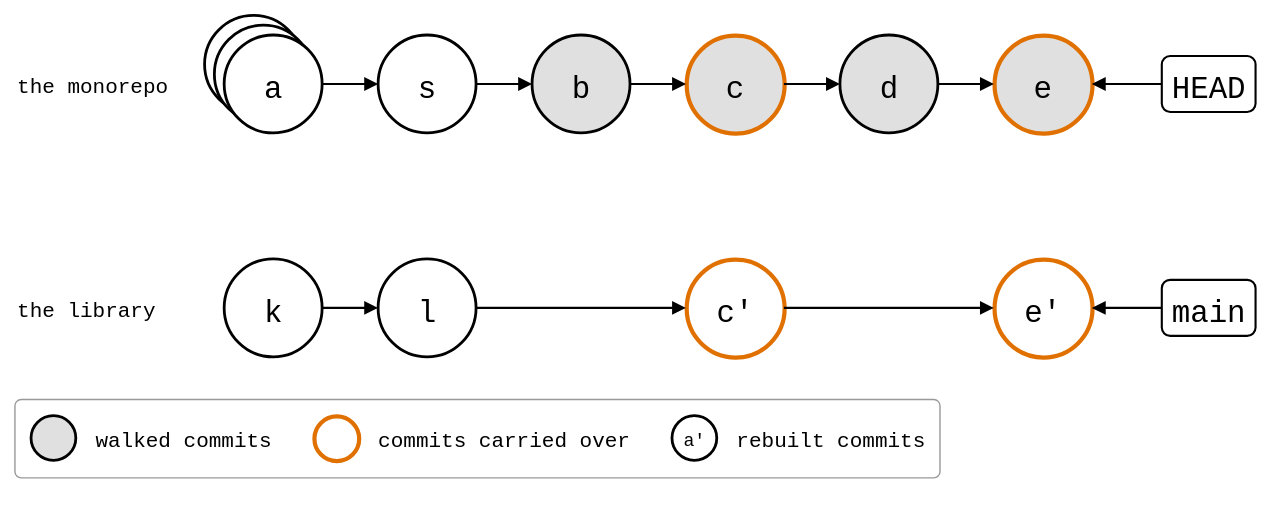
roschaefer/git-splice keeps this draw.io diagram as docs/05-comparisons/git-subtree-splice.drawio.svg. Above is the earlier version. Source tidied: cells renumbered, new cells last; positions are measured from the earlier drawing's top-left corner, leaving out a move shared by most shapes. Its diagram source:
```xml
<mxGraphModel background="#ffffff">
  <root>
    <mxCell id="0" />
    <mxCell id="1" parent="0" />
    <mxCell id="2" value="the monorepo" style="text;strokeColor=none;fillColor=none;align=left;verticalAlign=middle;fontSize=15;fontFamily=Roboto Mono,monospace;" parent="1" vertex="1">
      <mxGeometry y="34" width="130" height="30" as="geometry" />
    </mxCell>
    <mxCell id="3" value="the library" style="text;strokeColor=none;fillColor=none;align=left;verticalAlign=middle;fontSize=15;fontFamily=Roboto Mono,monospace;" parent="1" vertex="1">
      <mxGeometry y="194" width="130" height="30" as="geometry" />
    </mxCell>
    <mxCell id="4" style="shape=ellipse;strokeWidth=2;fontSize=22;fontFamily=Roboto Mono,monospace;" parent="1" vertex="1">
      <mxGeometry x="136" width="70" height="70" as="geometry" />
    </mxCell>
    <mxCell id="5" style="shape=ellipse;strokeWidth=2;fontSize=22;fontFamily=Roboto Mono,monospace;" parent="1" vertex="1">
      <mxGeometry x="143" y="7" width="70" height="70" as="geometry" />
    </mxCell>
    <mxCell id="6" value="a" style="ellipse;strokeWidth=2;fontSize=22;fontFamily=Roboto Mono,monospace;" parent="1" vertex="1">
      <mxGeometry x="150" y="14" width="70" height="70" as="geometry" />
    </mxCell>
    <mxCell id="7" value="s" style="ellipse;strokeWidth=2;fontSize=22;fontFamily=Roboto Mono,monospace;" parent="1" vertex="1">
      <mxGeometry x="260" y="14" width="70" height="70" as="geometry" />
    </mxCell>
    <mxCell id="8" value="b" style="ellipse;fontSize=22;fontFamily=Roboto Mono,monospace;strokeWidth=2;fillColor=#E0E0E0;" parent="1" vertex="1">
      <mxGeometry x="370" y="14" width="70" height="70" as="geometry" />
    </mxCell>
    <mxCell id="9" value="c" style="ellipse;fontSize=22;fontFamily=Roboto Mono,monospace;fillColor=#E0E0E0;strokeColor=#E07000;strokeWidth=3;" parent="1" vertex="1">
      <mxGeometry x="480" y="14" width="70" height="70" as="geometry" />
    </mxCell>
    <mxCell id="10" value="d" style="ellipse;fontSize=22;fontFamily=Roboto Mono,monospace;strokeWidth=2;fillColor=#E0E0E0;" parent="1" vertex="1">
      <mxGeometry x="590" y="14" width="70" height="70" as="geometry" />
    </mxCell>
    <mxCell id="11" value="e" style="ellipse;fontSize=22;fontFamily=Roboto Mono,monospace;fillColor=#E0E0E0;strokeColor=#E07000;strokeWidth=3;" parent="1" vertex="1">
      <mxGeometry x="700" y="14" width="70" height="70" as="geometry" />
    </mxCell>
    <mxCell id="12" value="k" style="ellipse;strokeWidth=2;fontSize=22;fontFamily=Roboto Mono,monospace;" parent="1" vertex="1">
      <mxGeometry x="150" y="174" width="70" height="70" as="geometry" />
    </mxCell>
    <mxCell id="13" value="l" style="ellipse;strokeWidth=2;fontSize=22;fontFamily=Roboto Mono,monospace;" parent="1" vertex="1">
      <mxGeometry x="260" y="174" width="70" height="70" as="geometry" />
    </mxCell>
    <mxCell id="14" value="c'" style="ellipse;fontSize=22;fontFamily=Roboto Mono,monospace;strokeColor=#E07000;strokeWidth=3;" parent="1" vertex="1">
      <mxGeometry x="480" y="174" width="70" height="70" as="geometry" />
    </mxCell>
    <mxCell id="15" value="e'" style="ellipse;fontSize=22;fontFamily=Roboto Mono,monospace;strokeColor=#E07000;strokeWidth=3;" parent="1" vertex="1">
      <mxGeometry x="700" y="174" width="70" height="70" as="geometry" />
    </mxCell>
    <mxCell id="16" value="HEAD" style="rounded=1;strokeWidth=1.5;fontSize=22;fontFamily=Roboto Mono,monospace;" parent="1" vertex="1">
      <mxGeometry x="820" y="29" width="67" height="40" as="geometry" />
    </mxCell>
    <mxCell id="17" style="endArrow=block;endFill=1;html=1;strokeWidth=1.5;rounded=0;" parent="1" edge="1" source="16" target="11">
      <mxGeometry relative="1" as="geometry" />
    </mxCell>
    <mxCell id="18" value="main" style="rounded=1;strokeWidth=1.5;fontSize=22;fontFamily=Roboto Mono,monospace;" parent="1" vertex="1">
      <mxGeometry x="820" y="189" width="67" height="40" as="geometry" />
    </mxCell>
    <mxCell id="19" style="endArrow=block;endFill=1;html=1;strokeWidth=1.5;rounded=0;" parent="1" edge="1" source="18" target="15">
      <mxGeometry relative="1" as="geometry" />
    </mxCell>
    <mxCell id="20" style="endArrow=block;endFill=1;html=1;strokeWidth=1.5;rounded=0;" parent="1" edge="1" source="6" target="7">
      <mxGeometry relative="1" as="geometry" />
    </mxCell>
    <mxCell id="21" style="endArrow=block;endFill=1;html=1;strokeWidth=1.5;rounded=0;" parent="1" edge="1" source="7" target="8">
      <mxGeometry relative="1" as="geometry" />
    </mxCell>
    <mxCell id="22" style="endArrow=block;endFill=1;html=1;strokeWidth=1.5;rounded=0;" parent="1" edge="1" source="8" target="9">
      <mxGeometry relative="1" as="geometry" />
    </mxCell>
    <mxCell id="23" style="endArrow=block;endFill=1;html=1;strokeWidth=1.5;rounded=0;" parent="1" edge="1" source="9" target="10">
      <mxGeometry relative="1" as="geometry" />
    </mxCell>
    <mxCell id="24" style="endArrow=block;endFill=1;html=1;strokeWidth=1.5;rounded=0;" parent="1" edge="1" source="10" target="11">
      <mxGeometry relative="1" as="geometry" />
    </mxCell>
    <mxCell id="25" style="endArrow=block;endFill=1;html=1;strokeWidth=1.5;rounded=0;" parent="1" edge="1" source="12" target="13">
      <mxGeometry relative="1" as="geometry" />
    </mxCell>
    <mxCell id="26" style="endArrow=block;endFill=1;html=1;strokeWidth=1.5;rounded=0;" parent="1" edge="1" source="13" target="14">
      <mxGeometry relative="1" as="geometry" />
    </mxCell>
    <mxCell id="27" style="endArrow=block;endFill=1;html=1;strokeWidth=1.5;rounded=0;" parent="1" edge="1" source="14" target="15">
      <mxGeometry relative="1" as="geometry" />
    </mxCell>
    <mxCell id="28" style="rounded=1;arcSize=8;fillColor=none;strokeColor=#999999;strokeWidth=1;legend=1;" parent="1" vertex="1">
      <mxGeometry y="274" width="661" height="56" as="geometry" />
    </mxCell>
    <mxCell id="29" style="ellipse;fontSize=13;fontFamily=Roboto Mono,monospace;strokeWidth=2;fillColor=#E0E0E0;" parent="28" vertex="1">
      <mxGeometry x="12" y="12" width="32" height="32" as="geometry" />
    </mxCell>
    <mxCell id="30" value="walked commits" style="text;align=left;verticalAlign=middle;fontSize=15;fontFamily=Roboto Mono,monospace;" parent="28" vertex="1">
      <mxGeometry x="56" y="12" width="126" height="32" as="geometry" />
    </mxCell>
    <mxCell id="31" style="ellipse;fontSize=13;fontFamily=Roboto Mono,monospace;strokeColor=#E07000;strokeWidth=3;" parent="28" vertex="1">
      <mxGeometry x="214" y="12" width="32" height="32" as="geometry" />
    </mxCell>
    <mxCell id="32" value="commits carried over" style="text;align=left;verticalAlign=middle;fontSize=15;fontFamily=Roboto Mono,monospace;" parent="28" vertex="1">
      <mxGeometry x="258" y="12" width="180" height="32" as="geometry" />
    </mxCell>
    <mxCell id="33" value="a'" style="ellipse;fontSize=13;fontFamily=Roboto Mono,monospace;strokeWidth=2;" parent="28" vertex="1">
      <mxGeometry x="470" y="12" width="32" height="32" as="geometry" />
    </mxCell>
    <mxCell id="34" value="rebuilt commits" style="text;align=left;verticalAlign=middle;fontSize=15;fontFamily=Roboto Mono,monospace;" parent="28" vertex="1">
      <mxGeometry x="514" y="12" width="135" height="32" as="geometry" />
    </mxCell>
  </root>
</mxGraphModel>
```
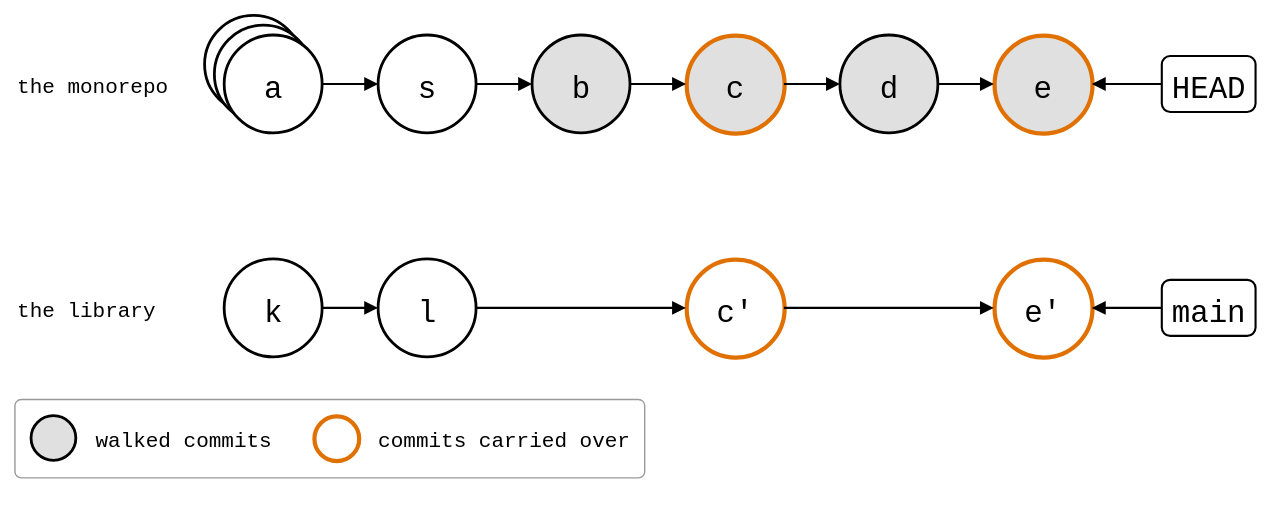
Later version of the same file.

Diff of the diagram source:
```diff
@@ -81,7 +81,7 @@
       <mxGeometry relative="1" as="geometry" />
     </mxCell>
     <mxCell id="28" style="rounded=1;arcSize=8;fillColor=none;strokeColor=#999999;strokeWidth=1;legend=1;" parent="1" vertex="1">
-      <mxGeometry y="274" width="661" height="56" as="geometry" />
+      <mxGeometry y="274" width="450" height="56" as="geometry" />
     </mxCell>
     <mxCell id="29" style="ellipse;fontSize=13;fontFamily=Roboto Mono,monospace;strokeWidth=2;fillColor=#E0E0E0;" parent="28" vertex="1">
       <mxGeometry x="12" y="12" width="32" height="32" as="geometry" />
@@ -95,11 +95,5 @@
     <mxCell id="32" value="commits carried over" style="text;align=left;verticalAlign=middle;fontSize=15;fontFamily=Roboto Mono,monospace;" parent="28" vertex="1">
       <mxGeometry x="258" y="12" width="180" height="32" as="geometry" />
     </mxCell>
-    <mxCell id="33" value="a'" style="ellipse;fontSize=13;fontFamily=Roboto Mono,monospace;strokeWidth=2;" parent="28" vertex="1">
-      <mxGeometry x="470" y="12" width="32" height="32" as="geometry" />
-    </mxCell>
-    <mxCell id="34" value="rebuilt commits" style="text;align=left;verticalAlign=middle;fontSize=15;fontFamily=Roboto Mono,monospace;" parent="28" vertex="1">
-      <mxGeometry x="514" y="12" width="135" height="32" as="geometry" />
-    </mxCell>
   </root>
 </mxGraphModel>
```
